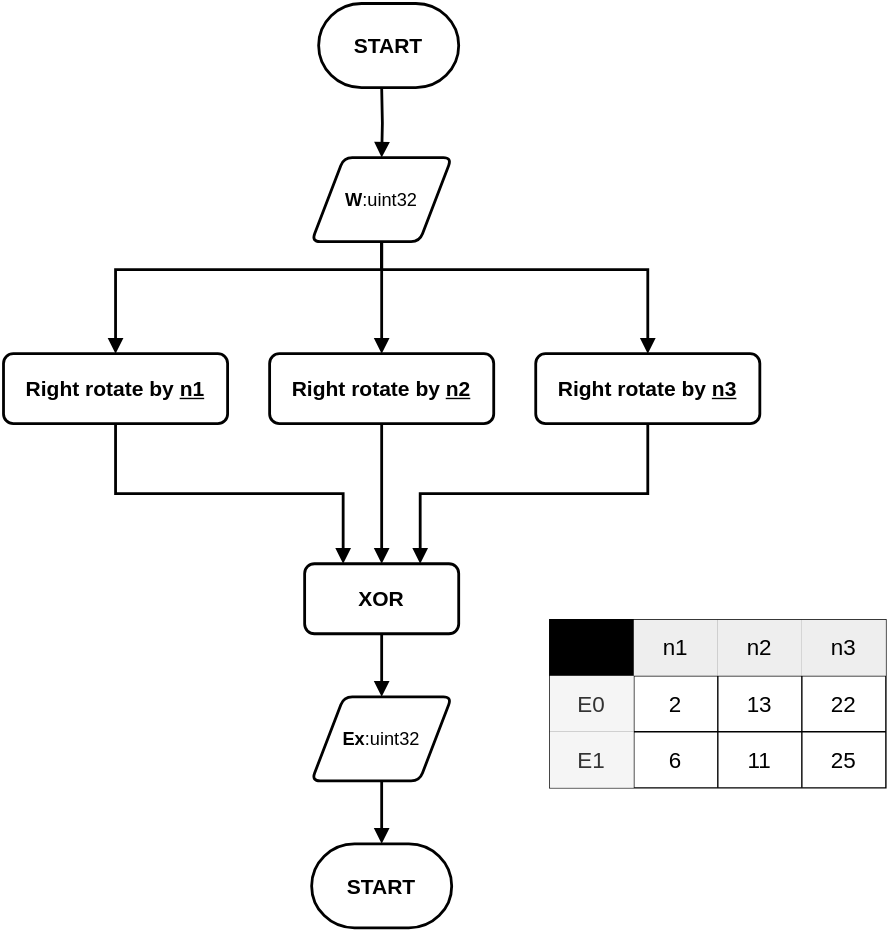
The draw.io diagram Doc/img/E0_and_E1.svg in sima997/BitcoinMiner, before a commit. Source tidied: cells renumbered, new cells last; positions are measured from the earlier drawing's top-left corner, leaving out a move shared by most shapes.
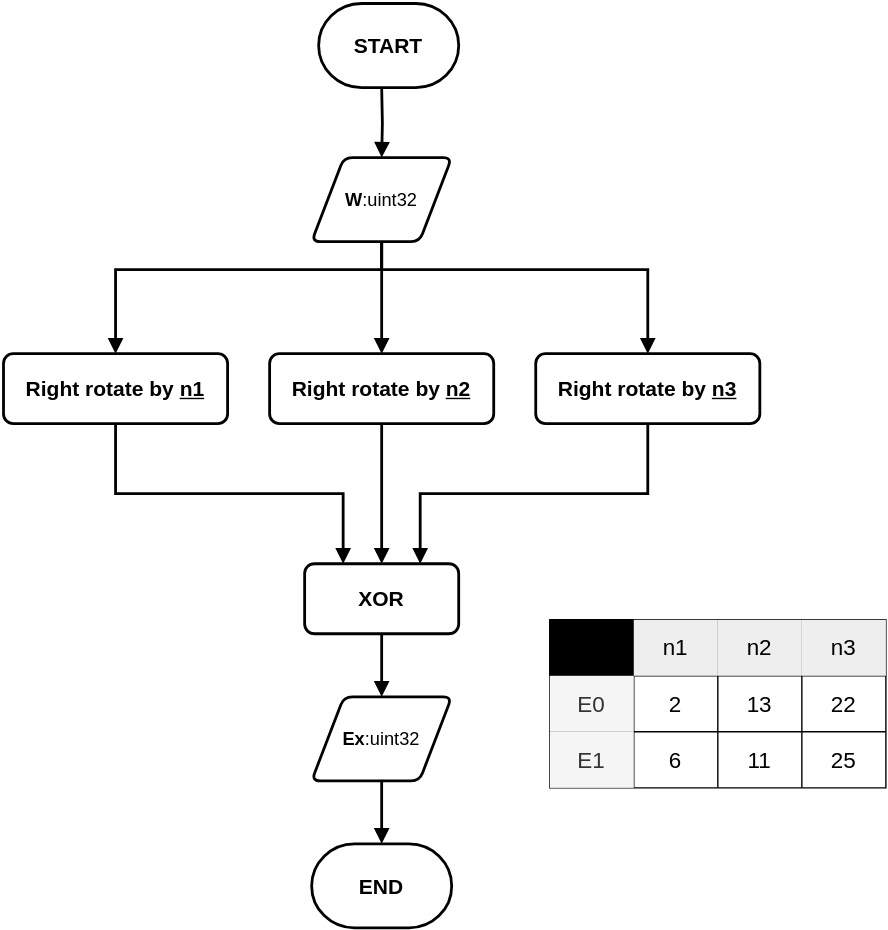
Later version of the same file.

Diff of the diagram source:
```diff
@@ -72,7 +72,7 @@
     <mxCell id="17" value="&lt;font style=&quot;font-size: 15px;&quot;&gt;&lt;b&gt;START&lt;/b&gt;&lt;/font&gt;" style="strokeWidth=2;html=1;shape=mxgraph.flowchart.terminator;whiteSpace=wrap;" parent="1" vertex="1">
       <mxGeometry x="225" width="100" height="60" as="geometry" />
     </mxCell>
-    <mxCell id="18" value="&lt;font style=&quot;font-size: 15px;&quot;&gt;&lt;b&gt;START&lt;/b&gt;&lt;/font&gt;" style="strokeWidth=2;html=1;shape=mxgraph.flowchart.terminator;whiteSpace=wrap;" parent="1" vertex="1">
+    <mxCell id="18" value="&lt;font style=&quot;font-size: 15px;&quot;&gt;&lt;b&gt;END&lt;/b&gt;&lt;/font&gt;" style="strokeWidth=2;html=1;shape=mxgraph.flowchart.terminator;whiteSpace=wrap;" parent="1" vertex="1">
       <mxGeometry x="220" y="600" width="100" height="60" as="geometry" />
     </mxCell>
     <mxCell id="19" style="shape=partialRectangle;html=1;whiteSpace=wrap;strokeColor=inherit;overflow=hidden;fillColor=none;top=0;left=0;bottom=0;right=0;fontSize=16;" parent="1" vertex="1">
```
